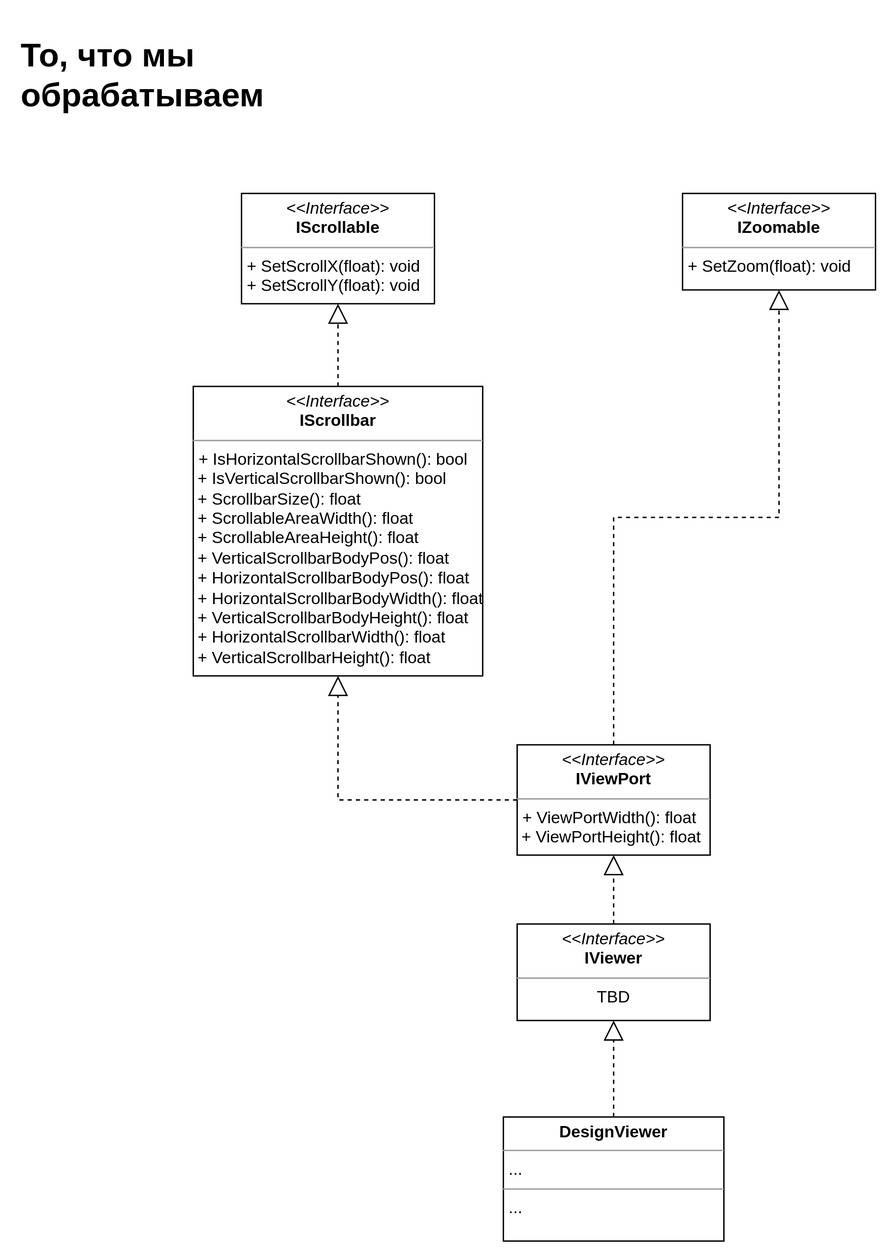
Before: UML/Handable.svg, a diagram exported from draw.io (Kawodeda/BlazorViewer). Source tidied: cells renumbered, new cells last; positions are measured from the earlier drawing's top-left corner, leaving out a move shared by most shapes. Source of this version:
```xml
<mxGraphModel>
  <root>
    <mxCell id="0" />
    <mxCell id="1" parent="0" />
    <mxCell id="2" value="&lt;h1&gt;То, что мы обрабатываем&lt;/h1&gt;" style="text;html=1;strokeColor=none;fillColor=none;spacing=5;spacingTop=-20;whiteSpace=wrap;overflow=hidden;rounded=0;" parent="1" vertex="1">
      <mxGeometry width="190" height="120" as="geometry" />
    </mxCell>
    <mxCell id="3" value="&lt;p style=&quot;margin:0px;margin-top:4px;text-align:center;&quot;&gt;&lt;i&gt;&amp;lt;&amp;lt;Interface&amp;gt;&amp;gt;&lt;/i&gt;&lt;br&gt;&lt;b&gt;IScrollable&lt;/b&gt;&lt;/p&gt;&lt;hr size=&quot;1&quot;&gt;&lt;p style=&quot;margin:0px;margin-left:4px;&quot;&gt;+ SetScrollX(float): void&lt;br&gt;+ SetScrollY(float): void&lt;/p&gt;" style="verticalAlign=top;align=left;overflow=fill;fontSize=12;fontFamily=Helvetica;html=1;" parent="1" vertex="1">
      <mxGeometry x="165" y="120" width="140" height="80" as="geometry" />
    </mxCell>
    <mxCell id="4" value="&lt;p style=&quot;margin:0px;margin-top:4px;text-align:center;&quot;&gt;&lt;i&gt;&amp;lt;&amp;lt;Interface&amp;gt;&amp;gt;&lt;/i&gt;&lt;br&gt;&lt;b&gt;IScrollbar&lt;/b&gt;&lt;/p&gt;&lt;hr size=&quot;1&quot;&gt;&lt;p style=&quot;margin:0px;margin-left:4px;&quot;&gt;+ IsHorizontalScrollbarShown(): bool&lt;br&gt;&lt;/p&gt;&amp;nbsp;+ IsVerticalScrollbarShown(): bool&lt;br&gt;&amp;nbsp;+ ScrollbarSize(): float&lt;br&gt;&amp;nbsp;+ ScrollableAreaWidth(): float&lt;br&gt;&amp;nbsp;+ ScrollableAreaHeight(): float&lt;br&gt;&amp;nbsp;+ VerticalScrollbarBodyPos(): float&lt;br&gt;&amp;nbsp;+ HorizontalScrollbarBodyPos(): float&lt;br&gt;&amp;nbsp;+&amp;nbsp;HorizontalScrollbarBodyWidth(): float&lt;br&gt;&amp;nbsp;+&amp;nbsp;VerticalScrollbarBodyHeight(): float&lt;br&gt;&amp;nbsp;+&amp;nbsp;HorizontalScrollbarWidth(): float&lt;br&gt;&amp;nbsp;+&amp;nbsp;VerticalScrollbarHeight(): float" style="verticalAlign=top;align=left;overflow=fill;fontSize=12;fontFamily=Helvetica;html=1;" parent="1" vertex="1">
      <mxGeometry x="130" y="260" width="210" height="210" as="geometry" />
    </mxCell>
    <mxCell id="5" value="&lt;p style=&quot;margin:0px;margin-top:4px;text-align:center;&quot;&gt;&lt;i&gt;&amp;lt;&amp;lt;Interface&amp;gt;&amp;gt;&lt;/i&gt;&lt;br&gt;&lt;b&gt;IZoomable&lt;/b&gt;&lt;/p&gt;&lt;hr size=&quot;1&quot;&gt;&lt;p style=&quot;margin:0px;margin-left:4px;&quot;&gt;+ SetZoom(float): void&lt;br&gt;&lt;/p&gt;" style="verticalAlign=top;align=left;overflow=fill;fontSize=12;fontFamily=Helvetica;html=1;" parent="1" vertex="1">
      <mxGeometry x="485" y="120" width="140" height="70" as="geometry" />
    </mxCell>
    <mxCell id="6" value="&lt;p style=&quot;margin:0px;margin-top:4px;text-align:center;&quot;&gt;&lt;i&gt;&amp;lt;&amp;lt;Interface&amp;gt;&amp;gt;&lt;/i&gt;&lt;br&gt;&lt;b&gt;IViewPort&lt;/b&gt;&lt;/p&gt;&lt;hr size=&quot;1&quot;&gt;&lt;p style=&quot;margin:0px;margin-left:4px;&quot;&gt;+ ViewPortWidth(): float&amp;nbsp;&lt;/p&gt;&amp;nbsp;+ ViewPortHeight(): float" style="verticalAlign=top;align=left;overflow=fill;fontSize=12;fontFamily=Helvetica;html=1;" parent="1" vertex="1">
      <mxGeometry x="365" y="520" width="140" height="80" as="geometry" />
    </mxCell>
    <mxCell id="7" value="&lt;p style=&quot;margin:0px;margin-top:4px;text-align:center;&quot;&gt;&lt;i&gt;&amp;lt;&amp;lt;Interface&amp;gt;&amp;gt;&lt;/i&gt;&lt;br&gt;&lt;b&gt;IViewer&lt;/b&gt;&lt;/p&gt;&lt;hr size=&quot;1&quot;&gt;&lt;div style=&quot;text-align: center;&quot;&gt;&lt;span style=&quot;background-color: initial;&quot;&gt;TBD&lt;/span&gt;&lt;/div&gt;&lt;p style=&quot;margin:0px;margin-left:4px;&quot;&gt;&lt;/p&gt;" style="verticalAlign=top;align=left;overflow=fill;fontSize=12;fontFamily=Helvetica;html=1;" parent="1" vertex="1">
      <mxGeometry x="365" y="650" width="140" height="70" as="geometry" />
    </mxCell>
    <mxCell id="8" value="&lt;p style=&quot;margin:0px;margin-top:4px;text-align:center;&quot;&gt;&lt;b&gt;DesignViewer&lt;/b&gt;&lt;/p&gt;&lt;hr size=&quot;1&quot;&gt;&lt;p style=&quot;margin:0px;margin-left:4px;&quot;&gt;...&lt;/p&gt;&lt;hr size=&quot;1&quot;&gt;&lt;p style=&quot;margin:0px;margin-left:4px;&quot;&gt;...&lt;/p&gt;" style="verticalAlign=top;align=left;overflow=fill;fontSize=12;fontFamily=Helvetica;html=1;" parent="1" vertex="1">
      <mxGeometry x="355" y="790" width="160" height="90" as="geometry" />
    </mxCell>
    <mxCell id="9" style="endArrow=block;dashed=1;endFill=0;endSize=12;html=1;rounded=0;edgeStyle=orthogonalEdgeStyle;" parent="1" edge="1" source="4" target="3">
      <mxGeometry relative="1" as="geometry" />
    </mxCell>
    <mxCell id="10" style="endArrow=block;dashed=1;endFill=0;endSize=12;html=1;rounded=0;edgeStyle=orthogonalEdgeStyle;" parent="1" edge="1" source="6" target="5">
      <mxGeometry relative="1" as="geometry" />
    </mxCell>
    <mxCell id="11" style="endArrow=block;dashed=1;endFill=0;endSize=12;html=1;rounded=0;edgeStyle=orthogonalEdgeStyle;" parent="1" edge="1" source="6" target="4">
      <mxGeometry relative="1" as="geometry" />
    </mxCell>
    <mxCell id="12" style="endArrow=block;dashed=1;endFill=0;endSize=12;html=1;rounded=0;edgeStyle=orthogonalEdgeStyle;" parent="1" edge="1" source="7" target="6">
      <mxGeometry relative="1" as="geometry" />
    </mxCell>
    <mxCell id="13" style="endArrow=block;dashed=1;endFill=0;endSize=12;html=1;rounded=0;edgeStyle=orthogonalEdgeStyle;" parent="1" edge="1" source="8" target="7">
      <mxGeometry relative="1" as="geometry" />
    </mxCell>
  </root>
</mxGraphModel>
```
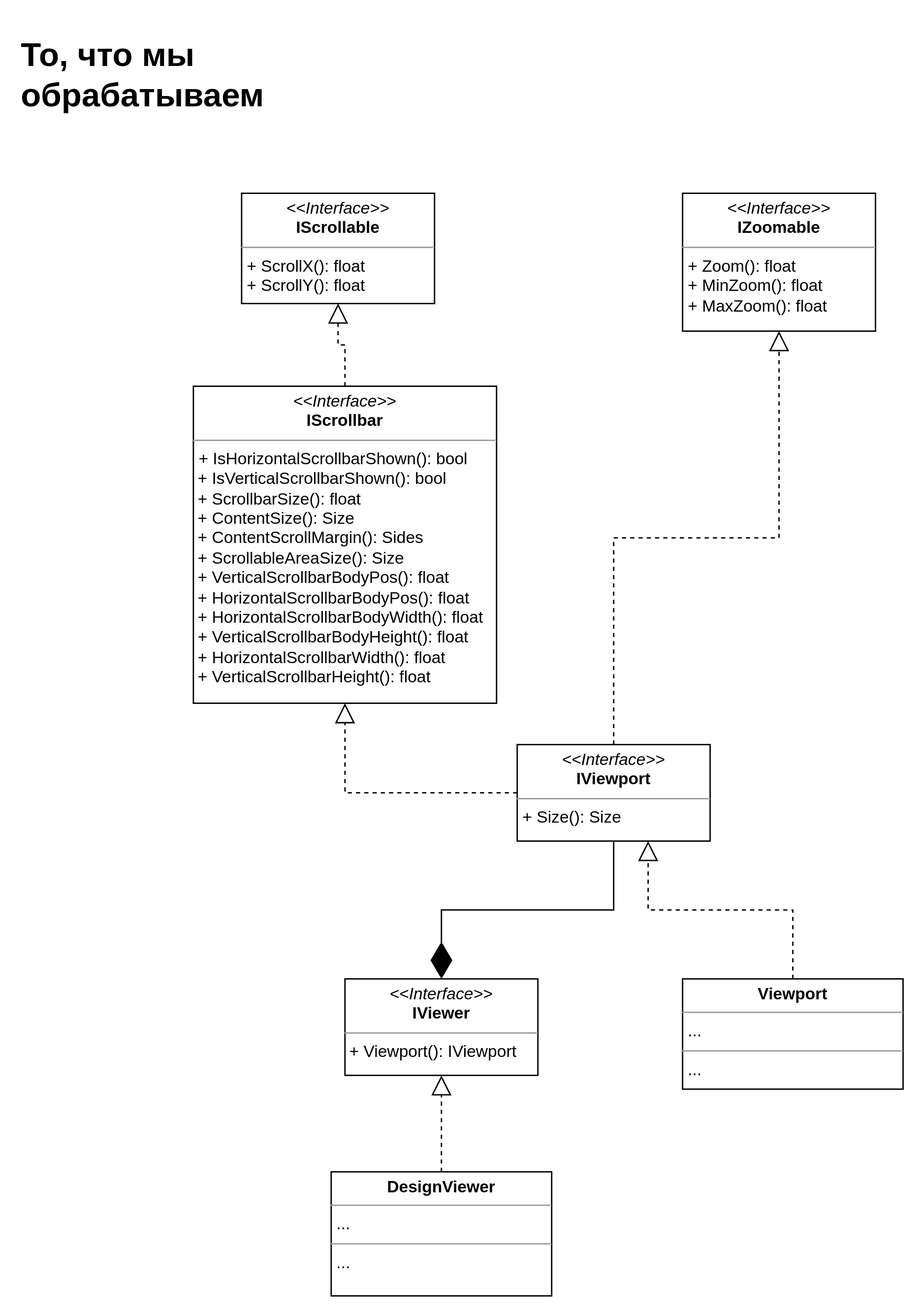
Later version of the same file.

The edit, as a diff of the source:
```diff
@@ -5,23 +5,23 @@
     <mxCell id="2" value="&lt;h1&gt;То, что мы обрабатываем&lt;/h1&gt;" style="text;html=1;strokeColor=none;fillColor=none;spacing=5;spacingTop=-20;whiteSpace=wrap;overflow=hidden;rounded=0;" parent="1" vertex="1">
       <mxGeometry width="190" height="120" as="geometry" />
     </mxCell>
-    <mxCell id="3" value="&lt;p style=&quot;margin:0px;margin-top:4px;text-align:center;&quot;&gt;&lt;i&gt;&amp;lt;&amp;lt;Interface&amp;gt;&amp;gt;&lt;/i&gt;&lt;br&gt;&lt;b&gt;IScrollable&lt;/b&gt;&lt;/p&gt;&lt;hr size=&quot;1&quot;&gt;&lt;p style=&quot;margin:0px;margin-left:4px;&quot;&gt;+ SetScrollX(float): void&lt;br&gt;+ SetScrollY(float): void&lt;/p&gt;" style="verticalAlign=top;align=left;overflow=fill;fontSize=12;fontFamily=Helvetica;html=1;" parent="1" vertex="1">
+    <mxCell id="3" value="&lt;p style=&quot;margin:0px;margin-top:4px;text-align:center;&quot;&gt;&lt;i&gt;&amp;lt;&amp;lt;Interface&amp;gt;&amp;gt;&lt;/i&gt;&lt;br&gt;&lt;b&gt;IScrollable&lt;/b&gt;&lt;/p&gt;&lt;hr size=&quot;1&quot;&gt;&lt;p style=&quot;margin:0px;margin-left:4px;&quot;&gt;+ ScrollX(): float&lt;br&gt;+ ScrollY(): float&lt;/p&gt;" style="verticalAlign=top;align=left;overflow=fill;fontSize=12;fontFamily=Helvetica;html=1;" parent="1" vertex="1">
       <mxGeometry x="165" y="120" width="140" height="80" as="geometry" />
     </mxCell>
-    <mxCell id="4" value="&lt;p style=&quot;margin:0px;margin-top:4px;text-align:center;&quot;&gt;&lt;i&gt;&amp;lt;&amp;lt;Interface&amp;gt;&amp;gt;&lt;/i&gt;&lt;br&gt;&lt;b&gt;IScrollbar&lt;/b&gt;&lt;/p&gt;&lt;hr size=&quot;1&quot;&gt;&lt;p style=&quot;margin:0px;margin-left:4px;&quot;&gt;+ IsHorizontalScrollbarShown(): bool&lt;br&gt;&lt;/p&gt;&amp;nbsp;+ IsVerticalScrollbarShown(): bool&lt;br&gt;&amp;nbsp;+ ScrollbarSize(): float&lt;br&gt;&amp;nbsp;+ ScrollableAreaWidth(): float&lt;br&gt;&amp;nbsp;+ ScrollableAreaHeight(): float&lt;br&gt;&amp;nbsp;+ VerticalScrollbarBodyPos(): float&lt;br&gt;&amp;nbsp;+ HorizontalScrollbarBodyPos(): float&lt;br&gt;&amp;nbsp;+&amp;nbsp;HorizontalScrollbarBodyWidth(): float&lt;br&gt;&amp;nbsp;+&amp;nbsp;VerticalScrollbarBodyHeight(): float&lt;br&gt;&amp;nbsp;+&amp;nbsp;HorizontalScrollbarWidth(): float&lt;br&gt;&amp;nbsp;+&amp;nbsp;VerticalScrollbarHeight(): float" style="verticalAlign=top;align=left;overflow=fill;fontSize=12;fontFamily=Helvetica;html=1;" parent="1" vertex="1">
-      <mxGeometry x="130" y="260" width="210" height="210" as="geometry" />
+    <mxCell id="4" value="&lt;p style=&quot;margin:0px;margin-top:4px;text-align:center;&quot;&gt;&lt;i&gt;&amp;lt;&amp;lt;Interface&amp;gt;&amp;gt;&lt;/i&gt;&lt;br&gt;&lt;b&gt;IScrollbar&lt;/b&gt;&lt;/p&gt;&lt;hr size=&quot;1&quot;&gt;&lt;p style=&quot;margin:0px;margin-left:4px;&quot;&gt;+ IsHorizontalScrollbarShown(): bool&lt;br&gt;&lt;/p&gt;&amp;nbsp;+ IsVerticalScrollbarShown(): bool&lt;br&gt;&amp;nbsp;+ ScrollbarSize(): float&lt;br&gt;&amp;nbsp;+ ContentSize(): Size&lt;br&gt;&amp;nbsp;+ ContentScrollMargin(): Sides&lt;br&gt;&amp;nbsp;+ ScrollableAreaSize(): Size&lt;br&gt;&amp;nbsp;+ VerticalScrollbarBodyPos(): float&lt;br&gt;&amp;nbsp;+ HorizontalScrollbarBodyPos(): float&lt;br&gt;&amp;nbsp;+&amp;nbsp;HorizontalScrollbarBodyWidth(): float&lt;br&gt;&amp;nbsp;+&amp;nbsp;VerticalScrollbarBodyHeight(): float&lt;br&gt;&amp;nbsp;+&amp;nbsp;HorizontalScrollbarWidth(): float&lt;br&gt;&amp;nbsp;+&amp;nbsp;VerticalScrollbarHeight(): float" style="verticalAlign=top;align=left;overflow=fill;fontSize=12;fontFamily=Helvetica;html=1;" parent="1" vertex="1">
+      <mxGeometry x="130" y="260" width="220" height="230" as="geometry" />
     </mxCell>
-    <mxCell id="5" value="&lt;p style=&quot;margin:0px;margin-top:4px;text-align:center;&quot;&gt;&lt;i&gt;&amp;lt;&amp;lt;Interface&amp;gt;&amp;gt;&lt;/i&gt;&lt;br&gt;&lt;b&gt;IZoomable&lt;/b&gt;&lt;/p&gt;&lt;hr size=&quot;1&quot;&gt;&lt;p style=&quot;margin:0px;margin-left:4px;&quot;&gt;+ SetZoom(float): void&lt;br&gt;&lt;/p&gt;" style="verticalAlign=top;align=left;overflow=fill;fontSize=12;fontFamily=Helvetica;html=1;" parent="1" vertex="1">
-      <mxGeometry x="485" y="120" width="140" height="70" as="geometry" />
+    <mxCell id="5" value="&lt;p style=&quot;margin:0px;margin-top:4px;text-align:center;&quot;&gt;&lt;i&gt;&amp;lt;&amp;lt;Interface&amp;gt;&amp;gt;&lt;/i&gt;&lt;br&gt;&lt;b&gt;IZoomable&lt;/b&gt;&lt;/p&gt;&lt;hr size=&quot;1&quot;&gt;&lt;p style=&quot;margin:0px;margin-left:4px;&quot;&gt;+ Zoom(): float&lt;br&gt;&lt;/p&gt;&lt;p style=&quot;margin:0px;margin-left:4px;&quot;&gt;+ MinZoom(): float&lt;/p&gt;&lt;p style=&quot;margin:0px;margin-left:4px;&quot;&gt;+ MaxZoom(): float&lt;/p&gt;" style="verticalAlign=top;align=left;overflow=fill;fontSize=12;fontFamily=Helvetica;html=1;" parent="1" vertex="1">
+      <mxGeometry x="485" y="120" width="140" height="100" as="geometry" />
     </mxCell>
-    <mxCell id="6" value="&lt;p style=&quot;margin:0px;margin-top:4px;text-align:center;&quot;&gt;&lt;i&gt;&amp;lt;&amp;lt;Interface&amp;gt;&amp;gt;&lt;/i&gt;&lt;br&gt;&lt;b&gt;IViewPort&lt;/b&gt;&lt;/p&gt;&lt;hr size=&quot;1&quot;&gt;&lt;p style=&quot;margin:0px;margin-left:4px;&quot;&gt;+ ViewPortWidth(): float&amp;nbsp;&lt;/p&gt;&amp;nbsp;+ ViewPortHeight(): float" style="verticalAlign=top;align=left;overflow=fill;fontSize=12;fontFamily=Helvetica;html=1;" parent="1" vertex="1">
-      <mxGeometry x="365" y="520" width="140" height="80" as="geometry" />
+    <mxCell id="6" value="&lt;p style=&quot;margin:0px;margin-top:4px;text-align:center;&quot;&gt;&lt;i&gt;&amp;lt;&amp;lt;Interface&amp;gt;&amp;gt;&lt;/i&gt;&lt;br&gt;&lt;b&gt;IViewport&lt;/b&gt;&lt;/p&gt;&lt;hr size=&quot;1&quot;&gt;&lt;p style=&quot;margin:0px;margin-left:4px;&quot;&gt;+ Size(): Size&lt;/p&gt;" style="verticalAlign=top;align=left;overflow=fill;fontSize=12;fontFamily=Helvetica;html=1;" parent="1" vertex="1">
+      <mxGeometry x="365" y="520" width="140" height="70" as="geometry" />
     </mxCell>
-    <mxCell id="7" value="&lt;p style=&quot;margin:0px;margin-top:4px;text-align:center;&quot;&gt;&lt;i&gt;&amp;lt;&amp;lt;Interface&amp;gt;&amp;gt;&lt;/i&gt;&lt;br&gt;&lt;b&gt;IViewer&lt;/b&gt;&lt;/p&gt;&lt;hr size=&quot;1&quot;&gt;&lt;div style=&quot;text-align: center;&quot;&gt;&lt;span style=&quot;background-color: initial;&quot;&gt;TBD&lt;/span&gt;&lt;/div&gt;&lt;p style=&quot;margin:0px;margin-left:4px;&quot;&gt;&lt;/p&gt;" style="verticalAlign=top;align=left;overflow=fill;fontSize=12;fontFamily=Helvetica;html=1;" parent="1" vertex="1">
-      <mxGeometry x="365" y="650" width="140" height="70" as="geometry" />
+    <mxCell id="7" value="&lt;p style=&quot;margin:0px;margin-top:4px;text-align:center;&quot;&gt;&lt;i&gt;&amp;lt;&amp;lt;Interface&amp;gt;&amp;gt;&lt;/i&gt;&lt;br&gt;&lt;b&gt;IViewer&lt;/b&gt;&lt;/p&gt;&lt;hr size=&quot;1&quot;&gt;&lt;div style=&quot;&quot;&gt;&lt;span style=&quot;background-color: initial;&quot;&gt;&amp;nbsp;+ Viewport(): IViewport&lt;/span&gt;&lt;/div&gt;&lt;p style=&quot;margin:0px;margin-left:4px;&quot;&gt;&lt;/p&gt;" style="verticalAlign=top;align=left;overflow=fill;fontSize=12;fontFamily=Helvetica;html=1;" parent="1" vertex="1">
+      <mxGeometry x="240" y="690" width="140" height="70" as="geometry" />
     </mxCell>
     <mxCell id="8" value="&lt;p style=&quot;margin:0px;margin-top:4px;text-align:center;&quot;&gt;&lt;b&gt;DesignViewer&lt;/b&gt;&lt;/p&gt;&lt;hr size=&quot;1&quot;&gt;&lt;p style=&quot;margin:0px;margin-left:4px;&quot;&gt;...&lt;/p&gt;&lt;hr size=&quot;1&quot;&gt;&lt;p style=&quot;margin:0px;margin-left:4px;&quot;&gt;...&lt;/p&gt;" style="verticalAlign=top;align=left;overflow=fill;fontSize=12;fontFamily=Helvetica;html=1;" parent="1" vertex="1">
-      <mxGeometry x="355" y="790" width="160" height="90" as="geometry" />
+      <mxGeometry x="230" y="830" width="160" height="90" as="geometry" />
     </mxCell>
     <mxCell id="9" style="endArrow=block;dashed=1;endFill=0;endSize=12;html=1;rounded=0;edgeStyle=orthogonalEdgeStyle;" parent="1" edge="1" source="4" target="3">
       <mxGeometry relative="1" as="geometry" />
@@ -32,11 +32,22 @@
     <mxCell id="11" style="endArrow=block;dashed=1;endFill=0;endSize=12;html=1;rounded=0;edgeStyle=orthogonalEdgeStyle;" parent="1" edge="1" source="6" target="4">
       <mxGeometry relative="1" as="geometry" />
     </mxCell>
-    <mxCell id="12" style="endArrow=block;dashed=1;endFill=0;endSize=12;html=1;rounded=0;edgeStyle=orthogonalEdgeStyle;" parent="1" edge="1" source="7" target="6">
-      <mxGeometry relative="1" as="geometry" />
-    </mxCell>
     <mxCell id="13" style="endArrow=block;dashed=1;endFill=0;endSize=12;html=1;rounded=0;edgeStyle=orthogonalEdgeStyle;" parent="1" edge="1" source="8" target="7">
       <mxGeometry relative="1" as="geometry" />
     </mxCell>
+    <mxCell id="14" style="endArrow=diamondThin;endFill=1;endSize=24;html=1;rounded=0;edgeStyle=orthogonalEdgeStyle;" parent="1" edge="1" source="6" target="7">
+      <mxGeometry relative="1" as="geometry" />
+    </mxCell>
+    <mxCell id="15" value="&lt;p style=&quot;margin:0px;margin-top:4px;text-align:center;&quot;&gt;&lt;b&gt;Viewport&lt;/b&gt;&lt;/p&gt;&lt;hr size=&quot;1&quot;&gt;&lt;p style=&quot;margin:0px;margin-left:4px;&quot;&gt;...&lt;/p&gt;&lt;hr size=&quot;1&quot;&gt;&lt;p style=&quot;margin:0px;margin-left:4px;&quot;&gt;...&lt;/p&gt;" style="verticalAlign=top;align=left;overflow=fill;fontSize=12;fontFamily=Helvetica;html=1;" parent="1" vertex="1">
+      <mxGeometry x="485" y="690" width="160" height="80" as="geometry" />
+    </mxCell>
+    <mxCell id="16" style="endArrow=block;dashed=1;endFill=0;endSize=12;html=1;rounded=0;edgeStyle=orthogonalEdgeStyle;" parent="1" edge="1" source="15" target="6">
+      <mxGeometry relative="1" as="geometry">
+        <Array as="points">
+          <mxPoint x="565" y="640" />
+          <mxPoint x="460" y="640" />
+        </Array>
+      </mxGeometry>
+    </mxCell>
   </root>
 </mxGraphModel>
```
